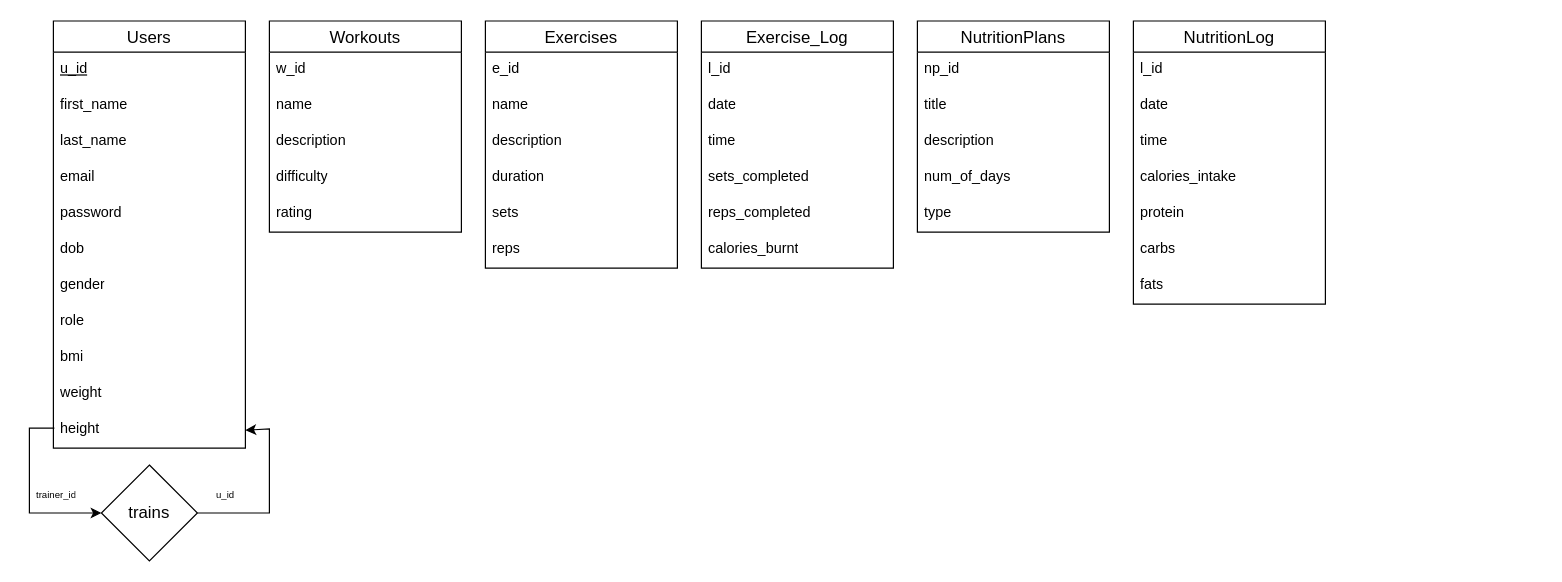
The draw.io diagram ER-Diagram/er_diagram.drawio in SCORPIA2004/CS-353-Group-27, before the edit. Source tidied: cells renumbered, new cells numbered last; positions are measured from the earlier drawing's top-left corner, leaving out a move shared by most shapes. Both pictures are drawn from the tidied source at 120%, with x=0, y=0 at pixel (29, 20).
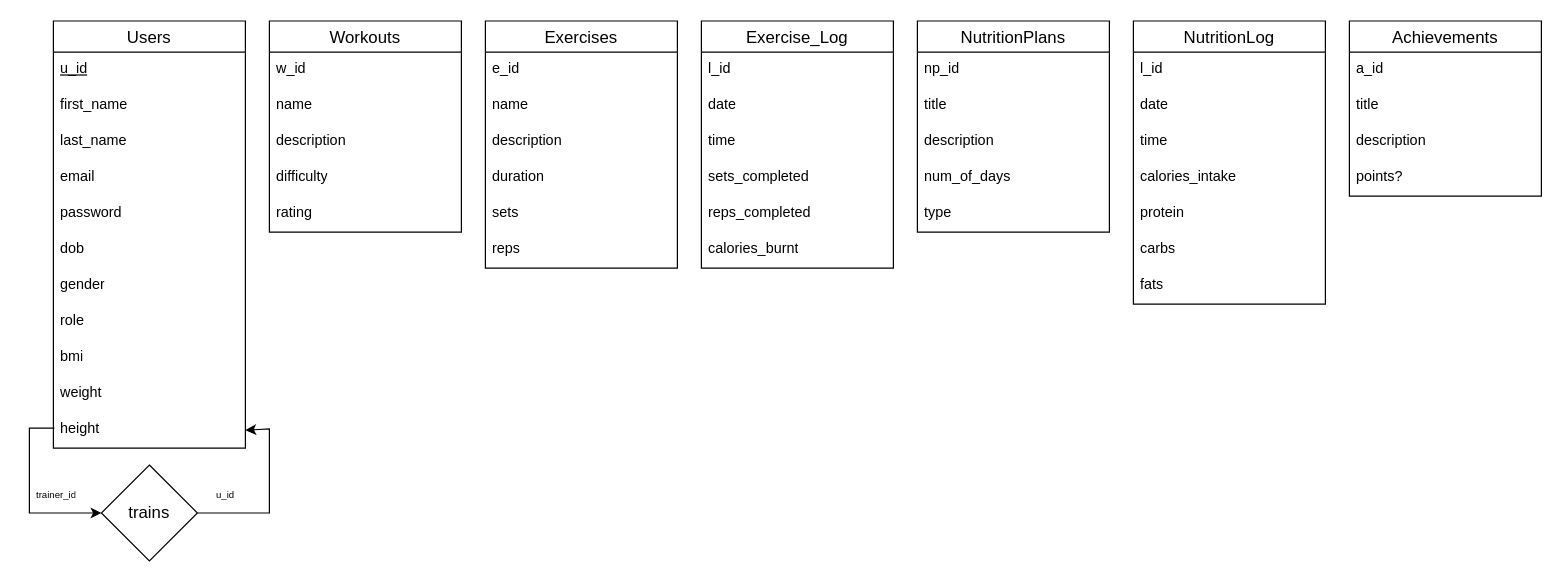
Above is the later version.

Change to the diagram source:
```diff
@@
+    <mxCell id="54" value="Achievements" style="swimlane;fontStyle=0;horizontal=1;startSize=26;align=center;fontSize=14;" parent="1" vertex="1">
+      <mxGeometry x="1100" width="160" height="146" as="geometry" />
+    </mxCell>
+    <mxCell id="55" value="a_id" style="text;strokeColor=none;fillColor=none;spacingLeft=4;spacingRight=4;overflow=hidden;fontSize=12;whiteSpace=wrap;html=1;" parent="54" vertex="1">
+      <mxGeometry y="26" width="160" height="30" as="geometry" />
+    </mxCell>
+    <mxCell id="56" value="title" style="text;strokeColor=none;fillColor=none;spacingLeft=4;spacingRight=4;overflow=hidden;fontSize=12;whiteSpace=wrap;html=1;" parent="54" vertex="1">
+      <mxGeometry y="56" width="160" height="30" as="geometry" />
+    </mxCell>
+    <mxCell id="57" value="description" style="text;strokeColor=none;fillColor=none;spacingLeft=4;spacingRight=4;overflow=hidden;fontSize=12;whiteSpace=wrap;html=1;" parent="54" vertex="1">
+      <mxGeometry y="86" width="160" height="30" as="geometry" />
+    </mxCell>
+    <mxCell id="58" value="points?" style="text;strokeColor=none;fillColor=none;spacingLeft=4;spacingRight=4;overflow=hidden;fontSize=12;whiteSpace=wrap;html=1;" parent="54" vertex="1">
+      <mxGeometry y="116" width="160" height="30" as="geometry" />
+    </mxCell>
```
